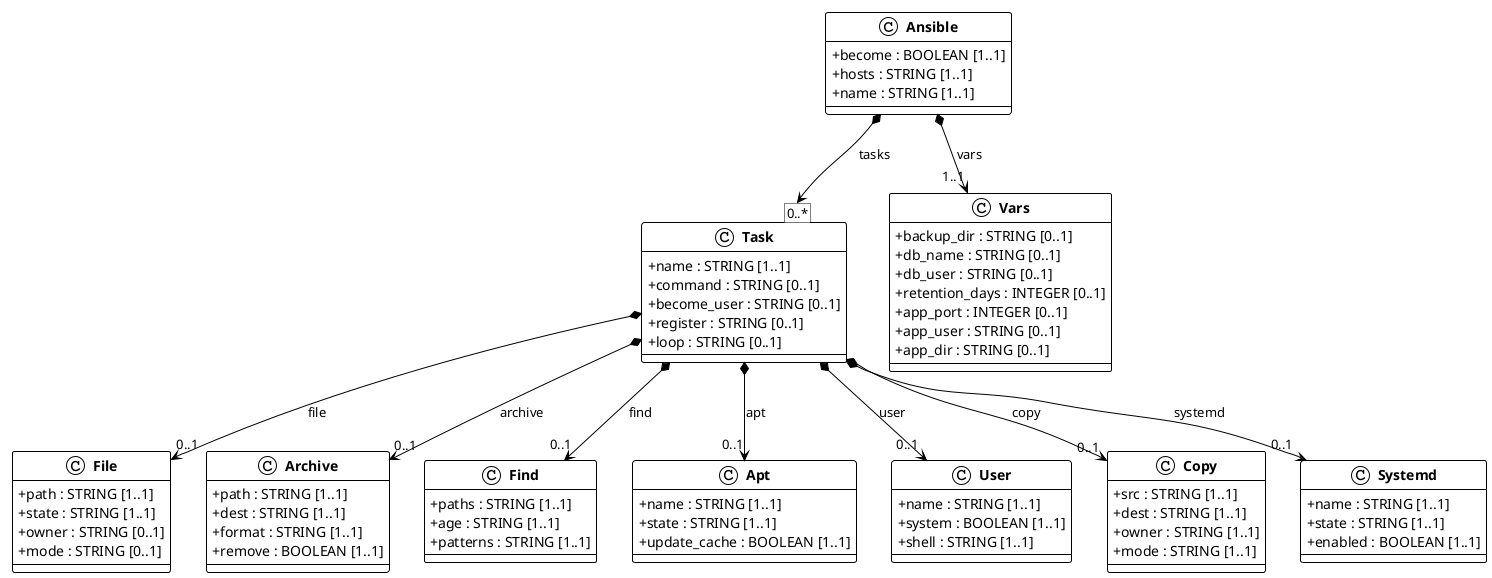
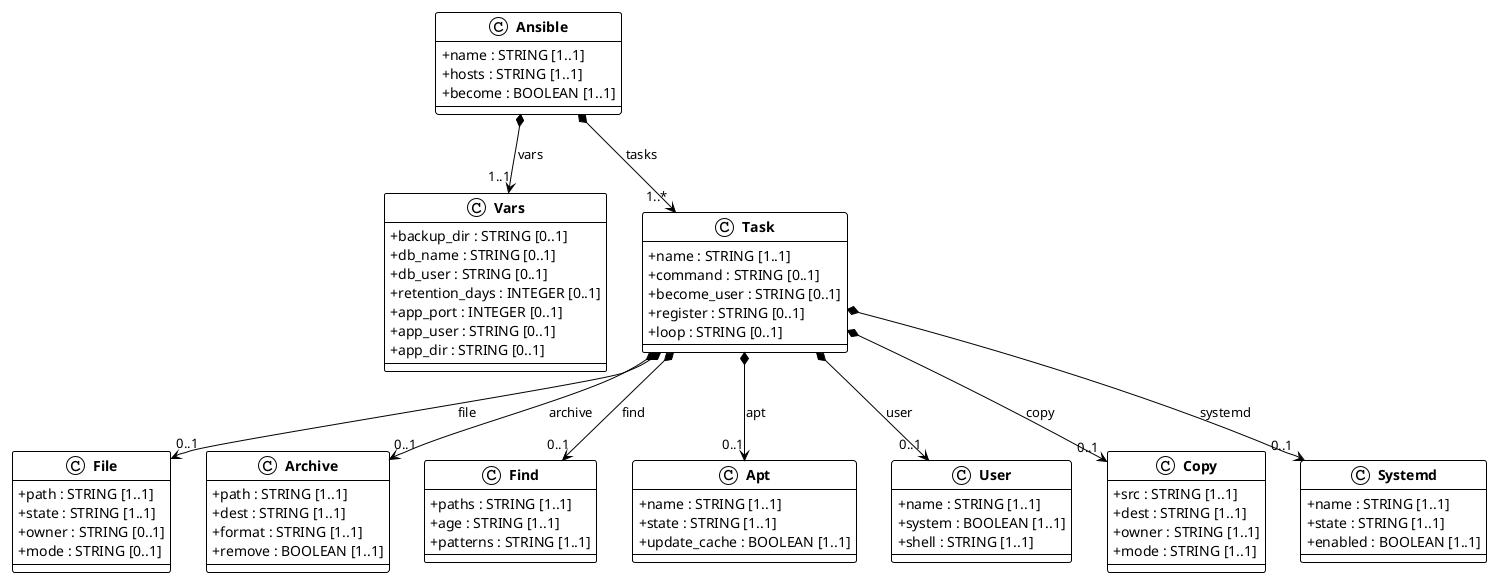
@startuml ansible
!theme plain
skinparam classAttributeIconSize 0
skinparam classFontStyle bold

class Ansible{
+   + name : STRING [1..1]
+   + hosts : STRING [1..1]
  + become : BOOLEAN [1..1]
-   + hosts : STRING [1..1]
-   + name : STRING [1..1]
+ }
+ 
+ class Vars{
+   + backup_dir : STRING [0..1]
+   + db_name : STRING [0..1]
+   + db_user : STRING [0..1]
+   + retention_days : INTEGER [0..1]
+   + app_port : INTEGER [0..1]
+   + app_user : STRING [0..1]
+   + app_dir : STRING [0..1]
}

class Task{
  + name : STRING [1..1]
  + command : STRING [0..1]
  + become_user : STRING [0..1]
  + register : STRING [0..1]
  + loop : STRING [0..1]
}

class File{
  + path : STRING [1..1]
  + state : STRING [1..1]
  + owner : STRING [0..1]
  + mode : STRING [0..1]
}

class Archive{
  + path : STRING [1..1]
  + dest : STRING [1..1]
  + format : STRING [1..1]
  + remove : BOOLEAN [1..1]
}

class Find{
  + paths : STRING [1..1]
  + age : STRING [1..1]
  + patterns : STRING [1..1]
}

- class Vars{
-   + backup_dir : STRING [0..1]
-   + db_name : STRING [0..1]
-   + db_user : STRING [0..1]
-   + retention_days : INTEGER [0..1]
-   + app_port : INTEGER [0..1]
-   + app_user : STRING [0..1]
-   + app_dir : STRING [0..1]
- }
- 
class Apt{
  + name : STRING [1..1]
  + state : STRING [1..1]
  + update_cache : BOOLEAN [1..1]
}

class User{
  + name : STRING [1..1]
  + system : BOOLEAN [1..1]
  + shell : STRING [1..1]
}

class Copy{
  + src : STRING [1..1]
  + dest : STRING [1..1]
  + owner : STRING [1..1]
  + mode : STRING [1..1]
}

class Systemd{
  + name : STRING [1..1]
  + state : STRING [1..1]
  + enabled : BOOLEAN [1..1]
}

- Ansible *--> [0..*] Task : tasks
Ansible *--> "1..1" Vars : vars
+ Ansible *--> "1..*" Task : tasks
Task *--> "0..1" File : file
Task *--> "0..1" Archive : archive
Task *--> "0..1" Find : find
Task *--> "0..1" Apt : apt
Task *--> "0..1" User : user
Task *--> "0..1" Copy : copy
Task *--> "0..1" Systemd : systemd

@enduml
